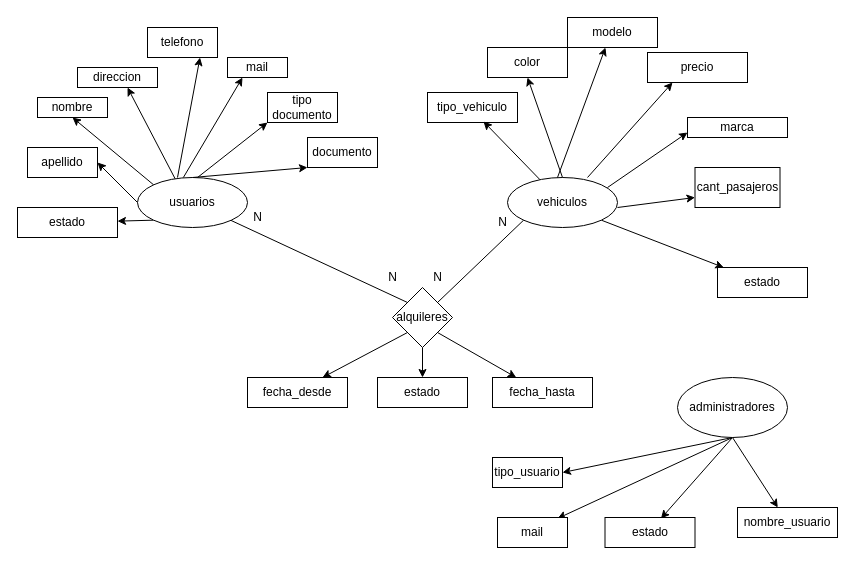
Earlier version of the draw.io diagram _documentacion/base_datos/Proyecto_v1_ER.drawio (AlexanderVazquezS/Proyecto_ProgWebPHP_MySQL_AlexanderVazquez). Source tidied: cells renumbered, new cells numbered last; positions are measured from the earlier drawing's top-left corner, leaving out a move shared by most shapes. Both pictures are drawn from the tidied source at 100%, with x=0, y=0 at pixel (17, 17).
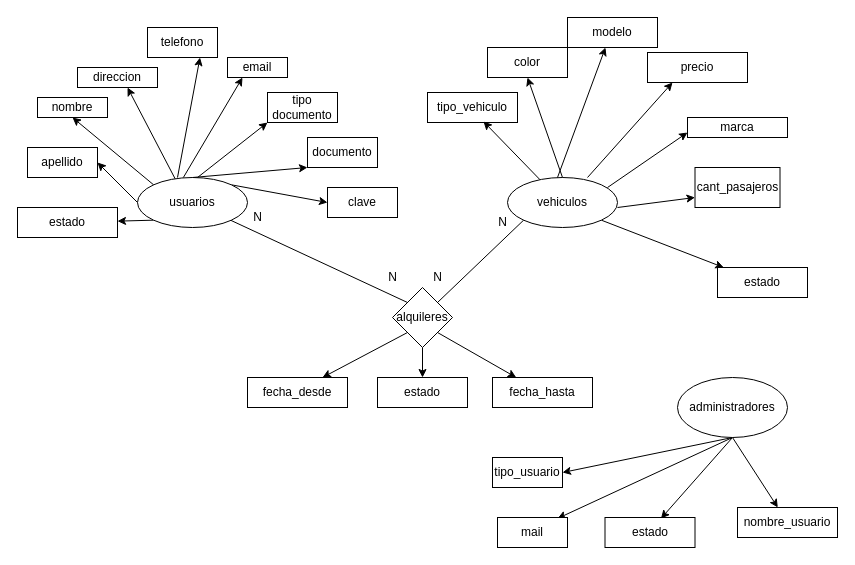
The same diagram, later.

Unchanged cells that the change refers to:
```xml
<mxCell id="4" value="usuarios" style="ellipse;whiteSpace=wrap;html=1;" parent="1" vertex="1">
  <mxGeometry x="120" y="160" width="110" height="50" as="geometry" />
</mxCell>
```

Diff of the diagram source:
```diff
@@
+    <mxCell id="56" style="edgeStyle=none;html=1;exitX=1;exitY=0;exitDx=0;exitDy=0;entryX=0;entryY=0.5;entryDx=0;entryDy=0;" parent="1" edge="1" source="4" target="57">
+      <mxGeometry relative="1" as="geometry" />
+    </mxCell>
@@
-    <mxCell id="7" value="mail" style="rounded=0;whiteSpace=wrap;html=1;" parent="1" vertex="1">
+    <mxCell id="7" value="email" style="rounded=0;whiteSpace=wrap;html=1;" parent="1" vertex="1">
       <mxGeometry x="210" y="40" width="60" height="20" as="geometry" />
     </mxCell>
@@
+    <mxCell id="57" value="clave" style="rounded=0;whiteSpace=wrap;html=1;" parent="1" vertex="1">
+      <mxGeometry x="310" y="170" width="70" height="30" as="geometry" />
+    </mxCell>
```
